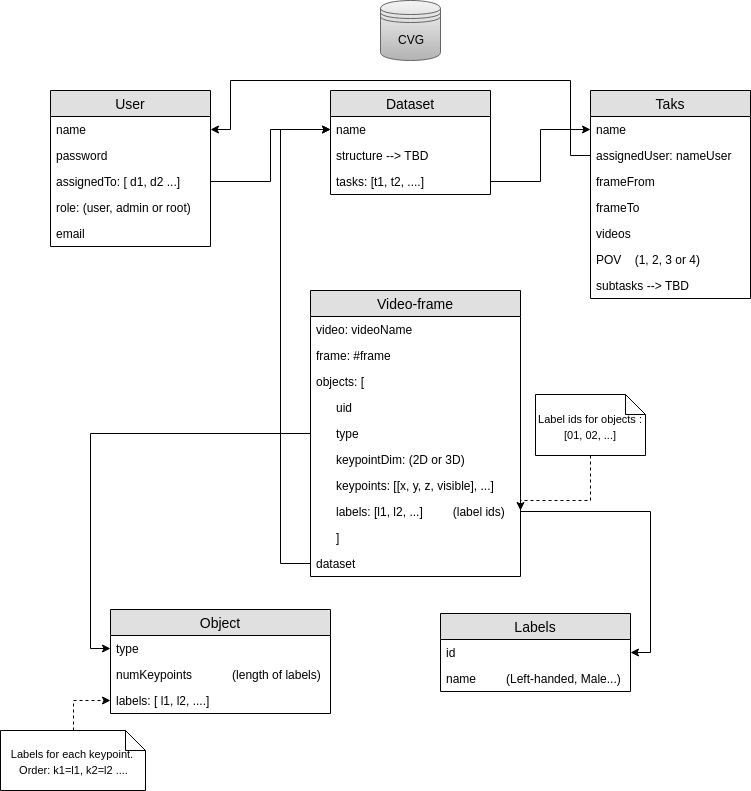
Above: images/CVG_BBDD.png in bonn-activity-maps/bam_annotation_tool (draw.io), before the change. Source tidied: cells renumbered, new cells last; positions are measured from the earlier drawing's top-left corner, leaving out a move shared by most shapes.
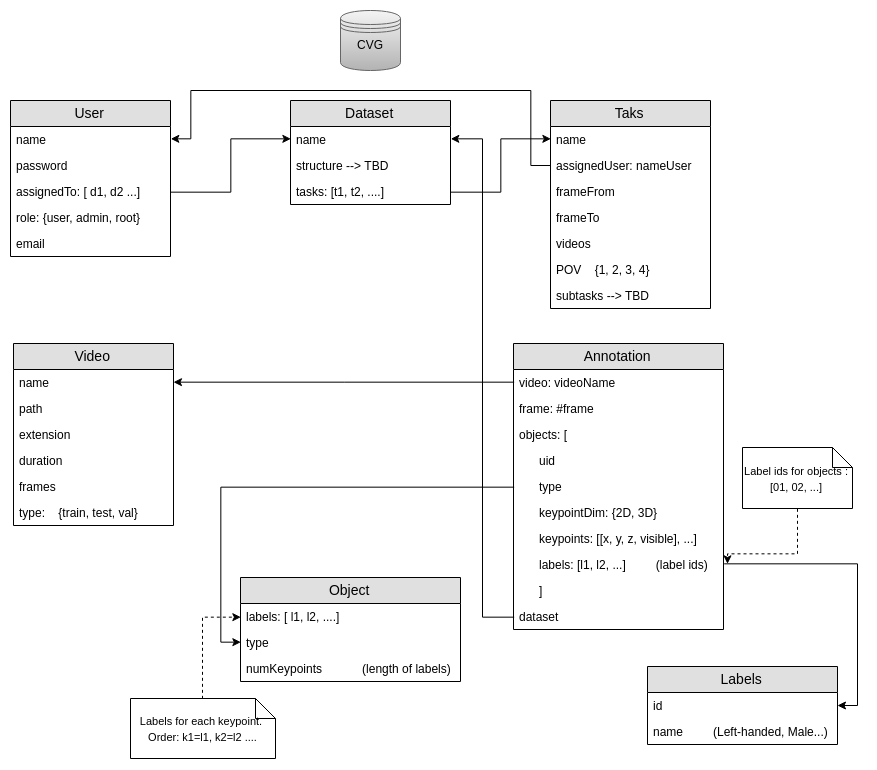
The same diagram one commit later.

Commit message:
#21 Change video to annotation

What changed in the source:
```diff
@@ -17,7 +17,7 @@
     <mxCell id="6" value="assignedTo: [ d1, d2 ...]" style="text;strokeColor=none;fillColor=none;spacingLeft=4;spacingRight=4;overflow=hidden;points=[[0,0.5],[1,0.5]];portConstraint=eastwest;fontSize=12;" parent="3" vertex="1">
       <mxGeometry y="78" width="160" height="26" as="geometry" />
     </mxCell>
-    <mxCell id="7" value="role: (user, admin or root)" style="text;strokeColor=none;fillColor=none;spacingLeft=4;spacingRight=4;overflow=hidden;fontSize=12;" parent="3" vertex="1">
+    <mxCell id="7" value="role: {user, admin, root}" style="text;strokeColor=none;fillColor=none;spacingLeft=4;spacingRight=4;overflow=hidden;fontSize=12;" parent="3" vertex="1">
       <mxGeometry y="104" width="160" height="26" as="geometry" />
     </mxCell>
     <mxCell id="8" value="email&#10;" style="text;strokeColor=none;fillColor=none;spacingLeft=4;spacingRight=4;overflow=hidden;fontSize=12;" parent="3" vertex="1">
@@ -38,8 +38,8 @@
     <mxCell id="13" style="edgeStyle=orthogonalEdgeStyle;rounded=0;jettySize=auto;html=1;exitX=1;exitY=0.5;exitDx=0;exitDy=0;entryX=0;entryY=0.5;entryDx=0;entryDy=0;" parent="1" edge="1" source="6" target="10">
       <mxGeometry relative="1" as="geometry" />
     </mxCell>
-    <mxCell id="14" value="Video-frame" style="swimlane;fontStyle=0;horizontal=1;startSize=26;fillColor=#e0e0e0;swimlaneFillColor=#ffffff;align=center;fontSize=14;" parent="1" vertex="1">
-      <mxGeometry x="310" y="290" width="210" height="286" as="geometry" />
+    <mxCell id="14" value="Annotation" style="swimlane;fontStyle=0;horizontal=1;startSize=26;fillColor=#e0e0e0;swimlaneFillColor=#ffffff;align=center;fontSize=14;" parent="1" vertex="1">
+      <mxGeometry x="553" y="333" width="210" height="286" as="geometry" />
     </mxCell>
     <mxCell id="15" value="video: videoName" style="text;strokeColor=none;fillColor=none;spacingLeft=4;spacingRight=4;overflow=hidden;points=[[0,0.5],[1,0.5]];portConstraint=eastwest;fontSize=12;" parent="14" vertex="1">
       <mxGeometry y="26" width="210" height="26" as="geometry" />
@@ -56,7 +56,7 @@
     <mxCell id="19" value="      type" style="text;strokeColor=none;fillColor=none;spacingLeft=4;spacingRight=4;overflow=hidden;points=[[0,0.5],[1,0.5]];portConstraint=eastwest;fontSize=12;" parent="14" vertex="1">
       <mxGeometry y="130" width="210" height="26" as="geometry" />
     </mxCell>
-    <mxCell id="20" value="      keypointDim: (2D or 3D)" style="text;strokeColor=none;fillColor=none;spacingLeft=4;spacingRight=4;overflow=hidden;fontSize=12;" parent="14" vertex="1">
+    <mxCell id="20" value="      keypointDim: {2D, 3D}" style="text;strokeColor=none;fillColor=none;spacingLeft=4;spacingRight=4;overflow=hidden;fontSize=12;" parent="14" vertex="1">
       <mxGeometry y="156" width="210" height="26" as="geometry" />
     </mxCell>
     <mxCell id="21" value="      keypoints: [[x, y, z, visible], ...]" style="text;strokeColor=none;fillColor=none;spacingLeft=4;spacingRight=4;overflow=hidden;fontSize=12;" parent="14" vertex="1">
@@ -72,19 +72,19 @@
       <mxGeometry y="260" width="210" height="26" as="geometry" />
     </mxCell>
     <mxCell id="25" value="Object" style="swimlane;fontStyle=0;horizontal=1;startSize=26;fillColor=#e0e0e0;swimlaneFillColor=#ffffff;align=center;fontSize=14;" parent="1" vertex="1">
-      <mxGeometry x="110" y="609" width="220" height="104" as="geometry" />
+      <mxGeometry x="280" y="567" width="220" height="104" as="geometry" />
     </mxCell>
+    <mxCell id="28" value="labels: [ l1, l2, ....]" style="text;strokeColor=none;fillColor=none;spacingLeft=4;spacingRight=4;overflow=hidden;points=[[0,0.5],[1,0.5]];portConstraint=eastwest;fontSize=12;" parent="25" vertex="1">
+      <mxGeometry y="26" width="220" height="26" as="geometry" />
+    </mxCell>
     <mxCell id="26" value="type" style="text;strokeColor=none;fillColor=none;spacingLeft=4;spacingRight=4;overflow=hidden;points=[[0,0.5],[1,0.5]];portConstraint=eastwest;fontSize=12;" parent="25" vertex="1">
-      <mxGeometry y="26" width="220" height="26" as="geometry" />
+      <mxGeometry y="52" width="220" height="26" as="geometry" />
     </mxCell>
     <mxCell id="27" value="numKeypoints            (length of labels)" style="text;strokeColor=none;fillColor=none;spacingLeft=4;spacingRight=4;overflow=hidden;fontSize=12;" parent="25" vertex="1">
-      <mxGeometry y="52" width="220" height="26" as="geometry" />
+      <mxGeometry y="78" width="220" height="26" as="geometry" />
     </mxCell>
-    <mxCell id="28" value="labels: [ l1, l2, ....]" style="text;strokeColor=none;fillColor=none;spacingLeft=4;spacingRight=4;overflow=hidden;points=[[0,0.5],[1,0.5]];portConstraint=eastwest;fontSize=12;" parent="25" vertex="1">
-      <mxGeometry y="78" width="220" height="26" as="geometry" />
-    </mxCell>
     <mxCell id="29" value="Labels" style="swimlane;fontStyle=0;horizontal=1;startSize=26;fillColor=#e0e0e0;swimlaneFillColor=#ffffff;align=center;fontSize=14;" parent="1" vertex="1">
-      <mxGeometry x="440" y="613" width="190" height="78" as="geometry" />
+      <mxGeometry x="687" y="656" width="190" height="78" as="geometry" />
     </mxCell>
     <mxCell id="30" value="id" style="text;strokeColor=none;fillColor=none;spacingLeft=4;spacingRight=4;overflow=hidden;points=[[0,0.5],[1,0.5]];portConstraint=eastwest;fontSize=12;" parent="29" vertex="1">
       <mxGeometry y="26" width="190" height="26" as="geometry" />
@@ -110,7 +110,7 @@
     <mxCell id="37" value="videos" style="text;strokeColor=none;fillColor=none;spacingLeft=4;spacingRight=4;overflow=hidden;fontSize=12;" parent="32" vertex="1">
       <mxGeometry y="130" width="160" height="26" as="geometry" />
     </mxCell>
-    <mxCell id="38" value="POV    (1, 2, 3 or 4)" style="text;strokeColor=none;fillColor=none;spacingLeft=4;spacingRight=4;overflow=hidden;fontSize=12;" parent="32" vertex="1">
+    <mxCell id="38" value="POV    {1, 2, 3, 4}" style="text;strokeColor=none;fillColor=none;spacingLeft=4;spacingRight=4;overflow=hidden;fontSize=12;" parent="32" vertex="1">
       <mxGeometry y="156" width="160" height="26" as="geometry" />
     </mxCell>
     <mxCell id="39" value="subtasks --&gt; TBD" style="text;strokeColor=none;fillColor=none;spacingLeft=4;spacingRight=4;overflow=hidden;fontSize=12;" parent="32" vertex="1">
@@ -119,14 +119,6 @@
     <mxCell id="40" style="edgeStyle=orthogonalEdgeStyle;rounded=0;jettySize=auto;html=1;exitX=1;exitY=0.5;exitDx=0;exitDy=0;entryX=0;entryY=0.5;entryDx=0;entryDy=0;" parent="1" edge="1" source="12" target="33">
       <mxGeometry relative="1" as="geometry" />
     </mxCell>
-    <mxCell id="41" style="edgeStyle=orthogonalEdgeStyle;rounded=0;jettySize=auto;html=1;exitX=0;exitY=0.5;exitDx=0;exitDy=0;entryX=0;entryY=0.5;entryDx=0;entryDy=0;" parent="1" edge="1" source="24" target="10">
-      <mxGeometry relative="1" as="geometry">
-        <Array as="points">
-          <mxPoint x="280" y="563" />
-          <mxPoint x="280" y="129" />
-        </Array>
-      </mxGeometry>
-    </mxCell>
     <mxCell id="42" style="edgeStyle=orthogonalEdgeStyle;rounded=0;jettySize=auto;html=1;exitX=0;exitY=0.5;exitDx=0;exitDy=0;entryX=1;entryY=0.5;entryDx=0;entryDy=0;fontColor=#000000;" parent="1" edge="1" source="34" target="4">
       <mxGeometry relative="1" as="geometry">
         <Array as="points">
@@ -145,21 +137,48 @@
     </mxCell>
     <mxCell id="45" style="edgeStyle=orthogonalEdgeStyle;rounded=0;jettySize=auto;html=1;exitX=0.5;exitY=1;exitDx=0;exitDy=0;exitPerimeter=0;dashed=1;fontColor=#000000;" parent="1" edge="1" source="46">
       <mxGeometry relative="1" as="geometry">
-        <mxPoint x="520" y="510" as="targetPoint" />
+        <mxPoint x="767" y="553" as="targetPoint" />
         <Array as="points">
-          <mxPoint x="590" y="500" />
-          <mxPoint x="520" y="500" />
+          <mxPoint x="837" y="543" />
+          <mxPoint x="767" y="543" />
         </Array>
       </mxGeometry>
     </mxCell>
     <mxCell id="46" value="&lt;font style=&quot;font-size: 11px&quot;&gt;Label ids for objects : [01, 02, ...]&lt;/font&gt;" style="shape=note;strokeWidth=1;fontSize=14;size=20;whiteSpace=wrap;html=1;" parent="1" vertex="1">
-      <mxGeometry x="535" y="394" width="110" height="61" as="geometry" />
+      <mxGeometry x="782" y="437" width="110" height="61" as="geometry" />
     </mxCell>
     <mxCell id="47" style="edgeStyle=orthogonalEdgeStyle;rounded=0;jettySize=auto;html=1;exitX=0.5;exitY=0;exitDx=0;exitDy=0;exitPerimeter=0;entryX=0;entryY=0.5;entryDx=0;entryDy=0;dashed=1;fontColor=#000000;" parent="1" edge="1" source="48" target="28">
       <mxGeometry relative="1" as="geometry" />
     </mxCell>
     <mxCell id="48" value="&lt;font style=&quot;font-size: 11px&quot;&gt;Labels for each keypoint. &lt;br&gt;Order: k1=l1, k2=l2 ....&lt;/font&gt;" style="shape=note;strokeWidth=1;fontSize=14;size=20;whiteSpace=wrap;html=1;" parent="1" vertex="1">
-      <mxGeometry y="730" width="145" height="60" as="geometry" />
+      <mxGeometry x="170" y="688" width="145" height="60" as="geometry" />
     </mxCell>
+    <mxCell id="41" style="edgeStyle=orthogonalEdgeStyle;rounded=0;jettySize=auto;html=1;exitX=0;exitY=0.5;exitDx=0;exitDy=0;entryX=1;entryY=0.5;entryDx=0;entryDy=0;" parent="1" edge="1" source="24" target="10">
+      <mxGeometry relative="1" as="geometry" />
+    </mxCell>
+    <mxCell id="49" value="Video" style="swimlane;fontStyle=0;horizontal=1;startSize=26;fillColor=#e0e0e0;swimlaneFillColor=#ffffff;align=center;fontSize=14;" parent="1" vertex="1">
+      <mxGeometry x="53" y="333" width="160" height="182" as="geometry" />
+    </mxCell>
+    <mxCell id="50" value="name" style="text;strokeColor=none;fillColor=none;spacingLeft=4;spacingRight=4;overflow=hidden;points=[[0,0.5],[1,0.5]];portConstraint=eastwest;fontSize=12;" parent="49" vertex="1">
+      <mxGeometry y="26" width="160" height="26" as="geometry" />
+    </mxCell>
+    <mxCell id="51" value="path" style="text;strokeColor=none;fillColor=none;spacingLeft=4;spacingRight=4;overflow=hidden;fontSize=12;" parent="49" vertex="1">
+      <mxGeometry y="52" width="160" height="26" as="geometry" />
+    </mxCell>
+    <mxCell id="52" value="extension" style="text;strokeColor=none;fillColor=none;spacingLeft=4;spacingRight=4;overflow=hidden;fontSize=12;" parent="49" vertex="1">
+      <mxGeometry y="78" width="160" height="26" as="geometry" />
+    </mxCell>
+    <mxCell id="53" value="duration" style="text;strokeColor=none;fillColor=none;spacingLeft=4;spacingRight=4;overflow=hidden;fontSize=12;" parent="49" vertex="1">
+      <mxGeometry y="104" width="160" height="26" as="geometry" />
+    </mxCell>
+    <mxCell id="54" value="frames&#10;" style="text;strokeColor=none;fillColor=none;spacingLeft=4;spacingRight=4;overflow=hidden;fontSize=12;" parent="49" vertex="1">
+      <mxGeometry y="130" width="160" height="26" as="geometry" />
+    </mxCell>
+    <mxCell id="55" value="type:    {train, test, val}&#10;" style="text;strokeColor=none;fillColor=none;spacingLeft=4;spacingRight=4;overflow=hidden;fontSize=12;" parent="49" vertex="1">
+      <mxGeometry y="156" width="160" height="26" as="geometry" />
+    </mxCell>
+    <mxCell id="56" style="edgeStyle=orthogonalEdgeStyle;rounded=0;jettySize=auto;html=1;exitX=0;exitY=0.5;exitDx=0;exitDy=0;" parent="1" edge="1" source="15" target="50">
+      <mxGeometry relative="1" as="geometry" />
+    </mxCell>
   </root>
 </mxGraphModel>
```
